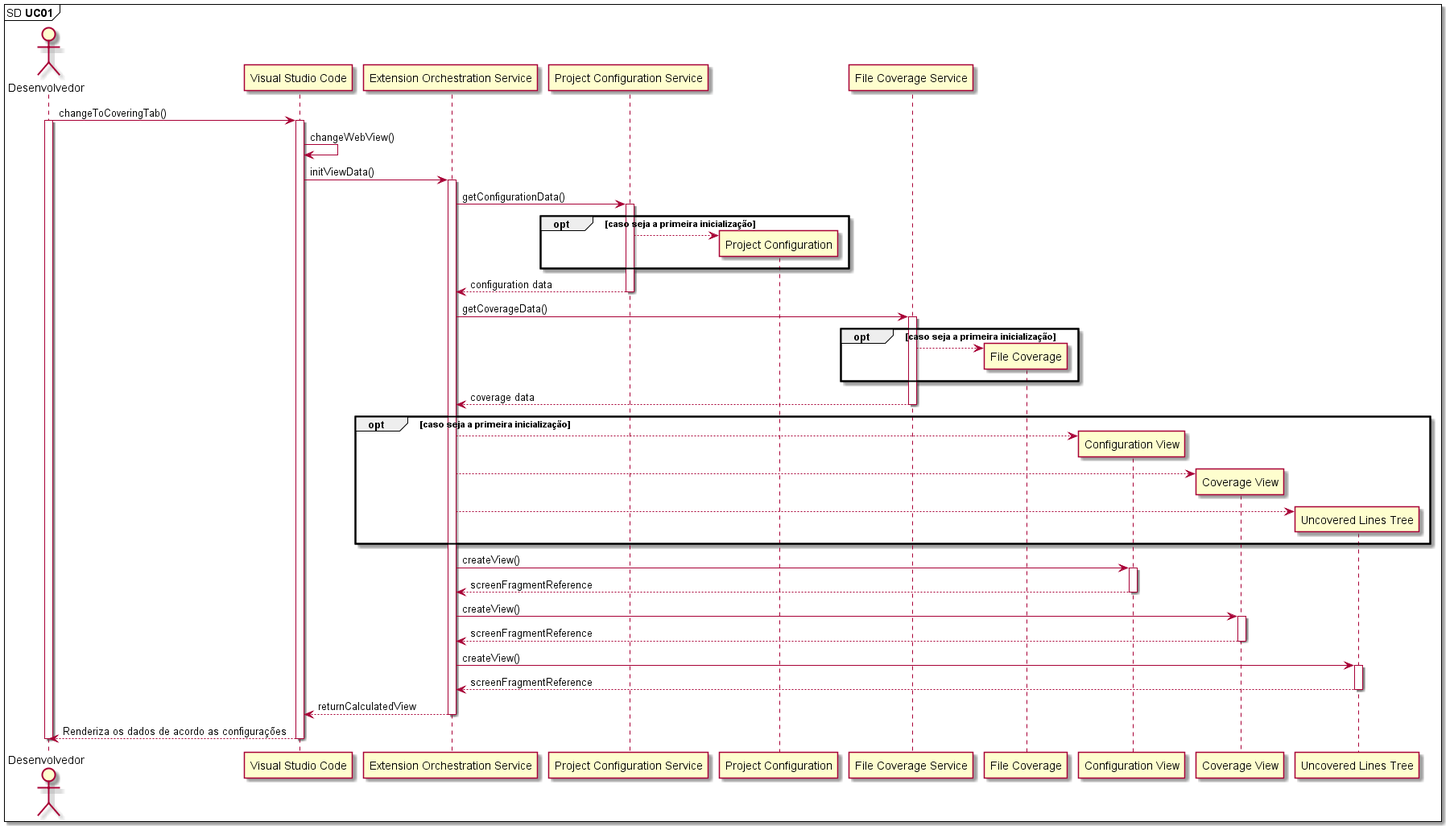
Above: Artefatos/Diagrama de Sequência/Imagens/SD-UC01.png in ICEI-PUC-Minas-PPLES-TI/plf-es-2022-1-tcci-5308100-dev-arthur-rocha-guilherme-oliveira (PlantUML), before the change.
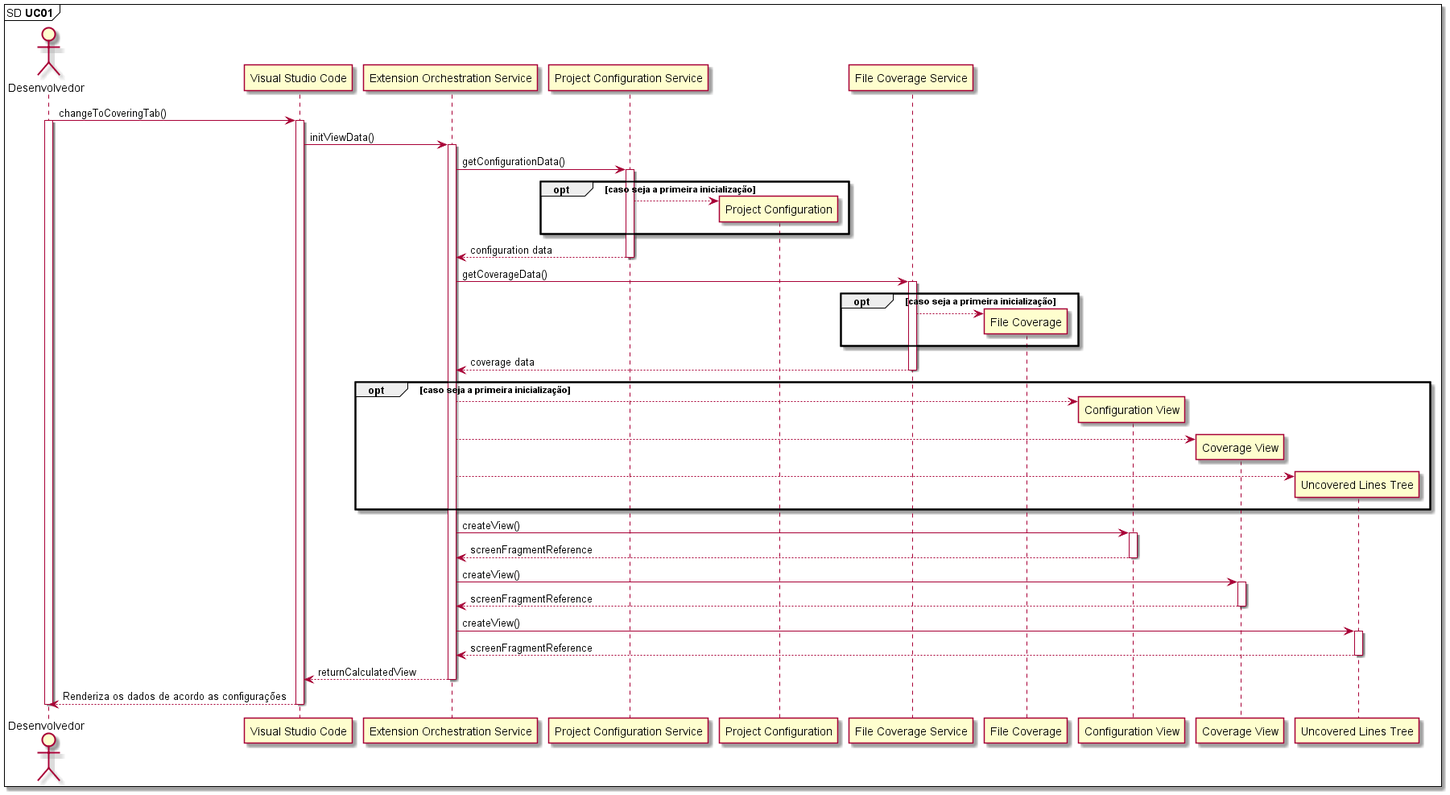
The same diagram one commit later.

What changed in the source:
```diff
@@ -3,25 +3,23 @@
 mainframe SD **UC01**
 
 
-actor       Desenvolvedor        as Dev
-participant "Visual Studio Code" as VSCode
+actor       Desenvolvedor                     as Dev
+participant "Visual Studio Code"              as VSCode
 participant "Extension Orchestration Service" as ExtensionOrchestrationService
-participant "Project Configuration Service" as ProjectConfigurationService
-participant "Project Configuration" as ProjectConfiguration
-participant "File Coverage Service" as FileCoverageService
-participant "File Coverage" as FileCoverage
-participant "Configuration View" as ConfigurationView
-participant "Coverage View" as CoverageView
-participant "Uncovered Lines Tree" as UncoveredLinesTree
+participant "Project Configuration Service"   as ProjectConfigurationService
+participant "Project Configuration"           as ProjectConfiguration
+participant "File Coverage Service"           as FileCoverageService
+participant "File Coverage"                   as FileCoverage
+participant "Configuration View"              as ConfigurationView
+participant "Coverage View"                   as CoverageView
+participant "Uncovered Lines Tree"            as UncoveredLinesTree
 
 Dev -> VSCode: changeToCoveringTab()
 activate Dev
 activate VSCode
 
-VSCode -> VSCode: changeWebView()
 VSCode -> ExtensionOrchestrationService: initViewData()
 activate ExtensionOrchestrationService
-
 
 ExtensionOrchestrationService -> ProjectConfigurationService: getConfigurationData()
 activate ProjectConfigurationService
```
